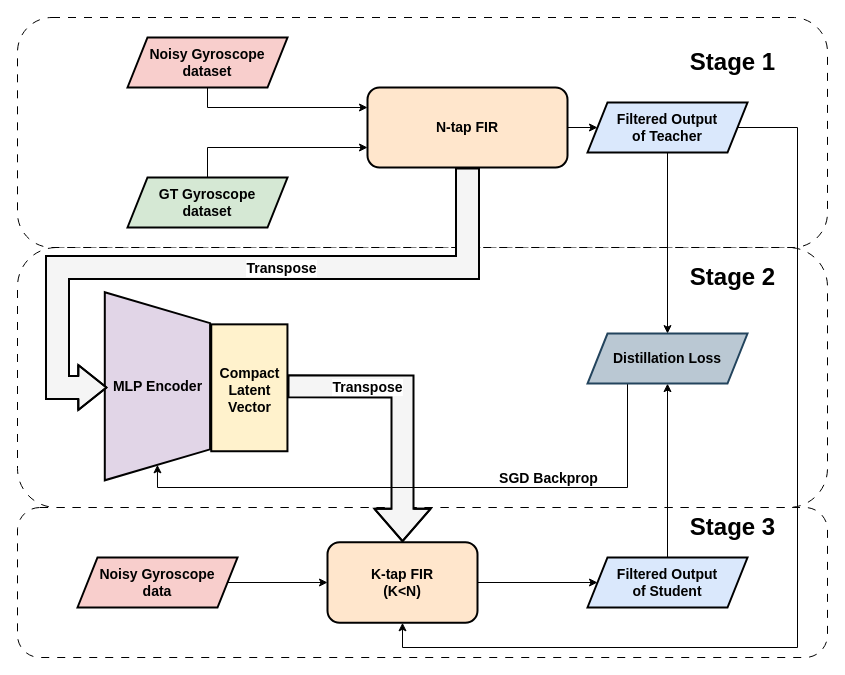
mayurpavonis/MBD-Project keeps this draw.io diagram as diagram.drawio. Above is the earlier version. Source tidied: cells renumbered, new cells numbered last; positions are measured from the earlier drawing's top-left corner, leaving out a move shared by most shapes. Both pictures are drawn from the tidied source at 100%, with x=0, y=0 at pixel (17, 17).
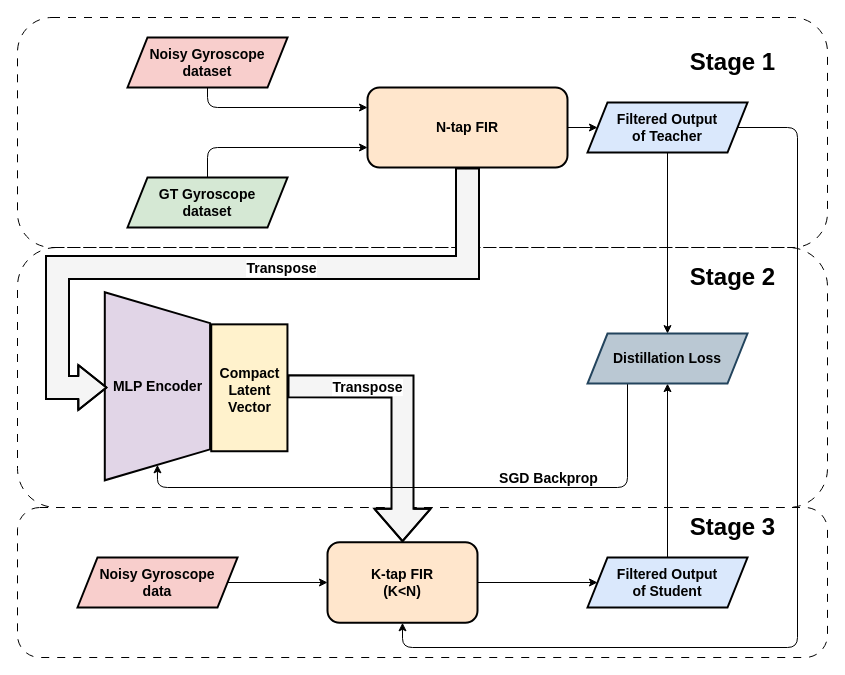
After the change.

The change refers to these unchanged cells:
```xml
<mxCell id="6" value="&lt;span&gt;N-tap FIR&lt;/span&gt;" style="rounded=1;whiteSpace=wrap;html=1;fontSize=14;fontStyle=1;fillColor=#ffe6cc;strokeColor=light-dark(#000000, #996500);strokeWidth=2;" parent="1" vertex="1">
  <mxGeometry x="350" y="70" width="200" height="80" as="geometry" />
</mxCell>
<mxCell id="7" style="shape=trapezoid;perimeter=trapezoidPerimeter;whiteSpace=wrap;html=1;fixedSize=1;rotation=90;size=30.940000000000055;fontSize=14;fontStyle=1;fillColor=#e1d5e7;strokeColor=light-dark(#000000, #9577a3);strokeWidth=2;" parent="1" vertex="1">
  <mxGeometry x="45.9" y="316.1" width="188.1" height="105.3" as="geometry" />
</mxCell>
<mxCell id="10" value="&lt;span&gt;K-tap FIR&lt;/span&gt;&lt;br&gt;&lt;font&gt;(K&amp;lt;N)&lt;/font&gt;" style="rounded=1;whiteSpace=wrap;html=1;fontSize=14;fontStyle=1;fillColor=#ffe6cc;strokeColor=light-dark(#000000, #996500);strokeWidth=2;" parent="1" vertex="1">
  <mxGeometry x="310" y="524.7" width="150" height="80.6" as="geometry" />
</mxCell>
<mxCell id="16" value="&lt;font&gt;Noisy Gyroscope&lt;br&gt;dataset&lt;/font&gt;" style="shape=parallelogram;perimeter=parallelogramPerimeter;whiteSpace=wrap;html=1;fixedSize=1;fontStyle=1;fontSize=14;fillColor=#f8cecc;strokeColor=light-dark(#000000, #d7817e);strokeWidth=2;" parent="1" vertex="1">
  <mxGeometry x="110" y="20" width="160" height="50" as="geometry" />
</mxCell>
<mxCell id="19" value="&lt;font&gt;GT Gyroscope&lt;br&gt;dataset&lt;/font&gt;" style="shape=parallelogram;perimeter=parallelogramPerimeter;whiteSpace=wrap;html=1;fixedSize=1;fontStyle=1;fontSize=14;fillColor=#d5e8d4;strokeColor=light-dark(#000000, #446e2c);strokeWidth=2;" parent="1" vertex="1">
  <mxGeometry x="110" y="160" width="160" height="50" as="geometry" />
</mxCell>
<mxCell id="23" value="&lt;font&gt;Filtered Output&lt;br&gt;of Teacher&lt;/font&gt;" style="shape=parallelogram;perimeter=parallelogramPerimeter;whiteSpace=wrap;html=1;fixedSize=1;fontStyle=1;fontSize=14;fillColor=#dae8fc;strokeColor=light-dark(#000000, #5c79a3);strokeWidth=2;" parent="1" vertex="1">
  <mxGeometry x="570" y="85" width="160" height="50" as="geometry" />
</mxCell>
<mxCell id="33" value="Distillation Loss" style="shape=parallelogram;perimeter=parallelogramPerimeter;whiteSpace=wrap;html=1;fixedSize=1;fontStyle=1;fontSize=14;fillColor=#bac8d3;strokeColor=#23445d;strokeWidth=2;" parent="1" vertex="1">
  <mxGeometry x="570" y="316.1" width="160" height="50" as="geometry" />
</mxCell>
```

Diff of the diagram source:
```diff
@@
-    <mxCell id="2" style="rounded=1;whiteSpace=wrap;html=1;dashed=1;dashPattern=8 8;fontStyle=1;fontSize=14;" parent="1" vertex="1">
-      <mxGeometry y="490" width="810" height="150" as="geometry" />
-    </mxCell>
-    <mxCell id="3" style="rounded=1;whiteSpace=wrap;html=1;dashed=1;dashPattern=8 8;fontStyle=1;fontSize=14;" parent="1" vertex="1">
+    <mxCell id="3" style="rounded=1;whiteSpace=wrap;html=1;dashed=1;dashPattern=8 8;fontStyle=1;fontSize=14;fillColor=none;" parent="1" vertex="1">
       <mxGeometry y="230" width="810" height="260" as="geometry" />
     </mxCell>
-    <mxCell id="4" style="rounded=1;whiteSpace=wrap;html=1;dashed=1;dashPattern=8 8;fontStyle=1;fontSize=14;" parent="1" vertex="1">
+    <mxCell id="4" style="rounded=1;whiteSpace=wrap;html=1;dashed=1;dashPattern=8 8;fontStyle=1;fontSize=14;fillColor=none;" parent="1" vertex="1">
       <mxGeometry width="810" height="230" as="geometry" />
     </mxCell>
+    <mxCell id="2" style="rounded=1;whiteSpace=wrap;html=1;dashed=1;dashPattern=8 8;fontStyle=1;fontSize=14;fillColor=none;" parent="1" vertex="1">
+      <mxGeometry y="490" width="810" height="150" as="geometry" />
+    </mxCell>
@@
-    <mxCell id="15" style="edgeStyle=orthogonalEdgeStyle;rounded=0;jettySize=auto;html=1;exitX=0.5;exitY=1;exitDx=0;exitDy=0;entryX=0;entryY=0.25;entryDx=0;entryDy=0;fontStyle=1;fontSize=14;" parent="1" edge="1" source="16" target="6">
+    <mxCell id="15" style="edgeStyle=orthogonalEdgeStyle;rounded=1;jettySize=auto;html=1;exitX=0.5;exitY=1;exitDx=0;exitDy=0;entryX=0;entryY=0.25;entryDx=0;entryDy=0;fontStyle=1;fontSize=14;curved=0;" parent="1" edge="1" source="16" target="6">
       <mxGeometry relative="1" as="geometry" />
     </mxCell>
@@
-    <mxCell id="20" style="edgeStyle=orthogonalEdgeStyle;rounded=0;jettySize=auto;html=1;exitX=0.5;exitY=0;exitDx=0;exitDy=0;entryX=0;entryY=0.75;entryDx=0;entryDy=0;fontStyle=1;fontSize=14;" parent="1" edge="1" source="19" target="6">
+    <mxCell id="20" style="edgeStyle=orthogonalEdgeStyle;rounded=1;jettySize=auto;html=1;exitX=0.5;exitY=0;exitDx=0;exitDy=0;entryX=0;entryY=0.75;entryDx=0;entryDy=0;fontStyle=1;fontSize=14;curved=0;" parent="1" edge="1" source="19" target="6">
       <mxGeometry relative="1" as="geometry" />
     </mxCell>
-    <mxCell id="21" style="edgeStyle=orthogonalEdgeStyle;rounded=0;jettySize=auto;html=1;exitX=1;exitY=0.5;exitDx=0;exitDy=0;entryX=0.5;entryY=1;entryDx=0;entryDy=0;fontStyle=1;fontSize=14;" parent="1" edge="1" source="23" target="10">
+    <mxCell id="21" style="edgeStyle=orthogonalEdgeStyle;rounded=1;jettySize=auto;html=1;exitX=1;exitY=0.5;exitDx=0;exitDy=0;entryX=0.5;entryY=1;entryDx=0;entryDy=0;fontStyle=1;fontSize=14;curved=0;" parent="1" edge="1" source="23" target="10">
       <mxGeometry relative="1" as="geometry">
         <Array as="points">
           <mxPoint x="780" y="110" />
           <mxPoint x="780" y="630" />
           <mxPoint x="385" y="630" />
         </Array>
       </mxGeometry>
     </mxCell>
@@
-    <mxCell id="31" style="edgeStyle=orthogonalEdgeStyle;rounded=0;jettySize=auto;html=1;exitX=0.25;exitY=1;exitDx=0;exitDy=0;entryX=1;entryY=0.5;entryDx=0;entryDy=0;" parent="1" edge="1" source="33" target="7">
+    <mxCell id="31" style="edgeStyle=orthogonalEdgeStyle;rounded=1;jettySize=auto;html=1;exitX=0.25;exitY=1;exitDx=0;exitDy=0;entryX=1;entryY=0.5;entryDx=0;entryDy=0;curved=0;" parent="1" edge="1" source="33" target="7">
       <mxGeometry relative="1" as="geometry">
         <Array as="points">
           <mxPoint x="610" y="470" />
           <mxPoint x="140" y="470" />
         </Array>
       </mxGeometry>
     </mxCell>
```
